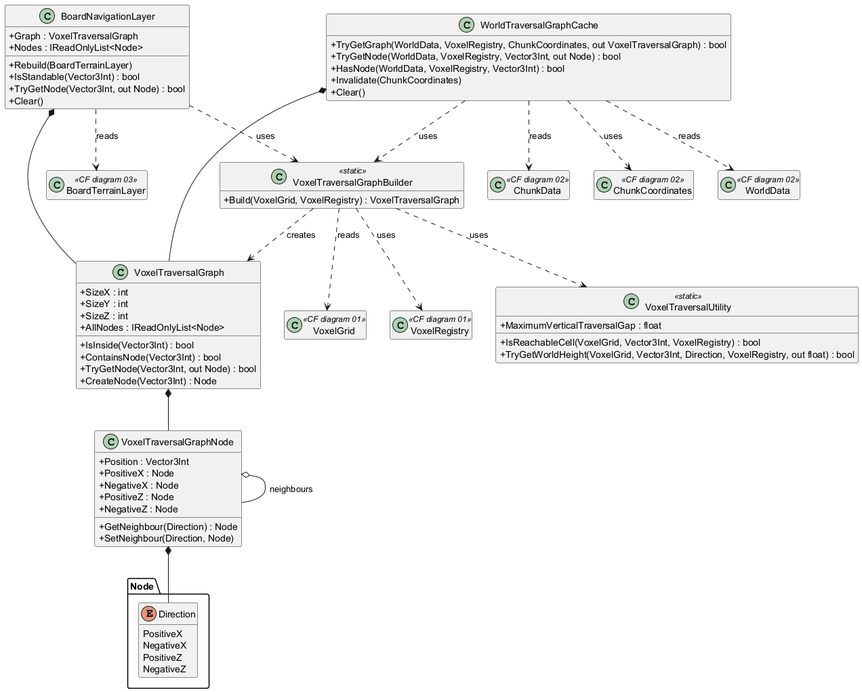
The PlantUML diagram Architecture/diagrams/Navigation System.png in EreliaStudio/Erelia, before a commit.
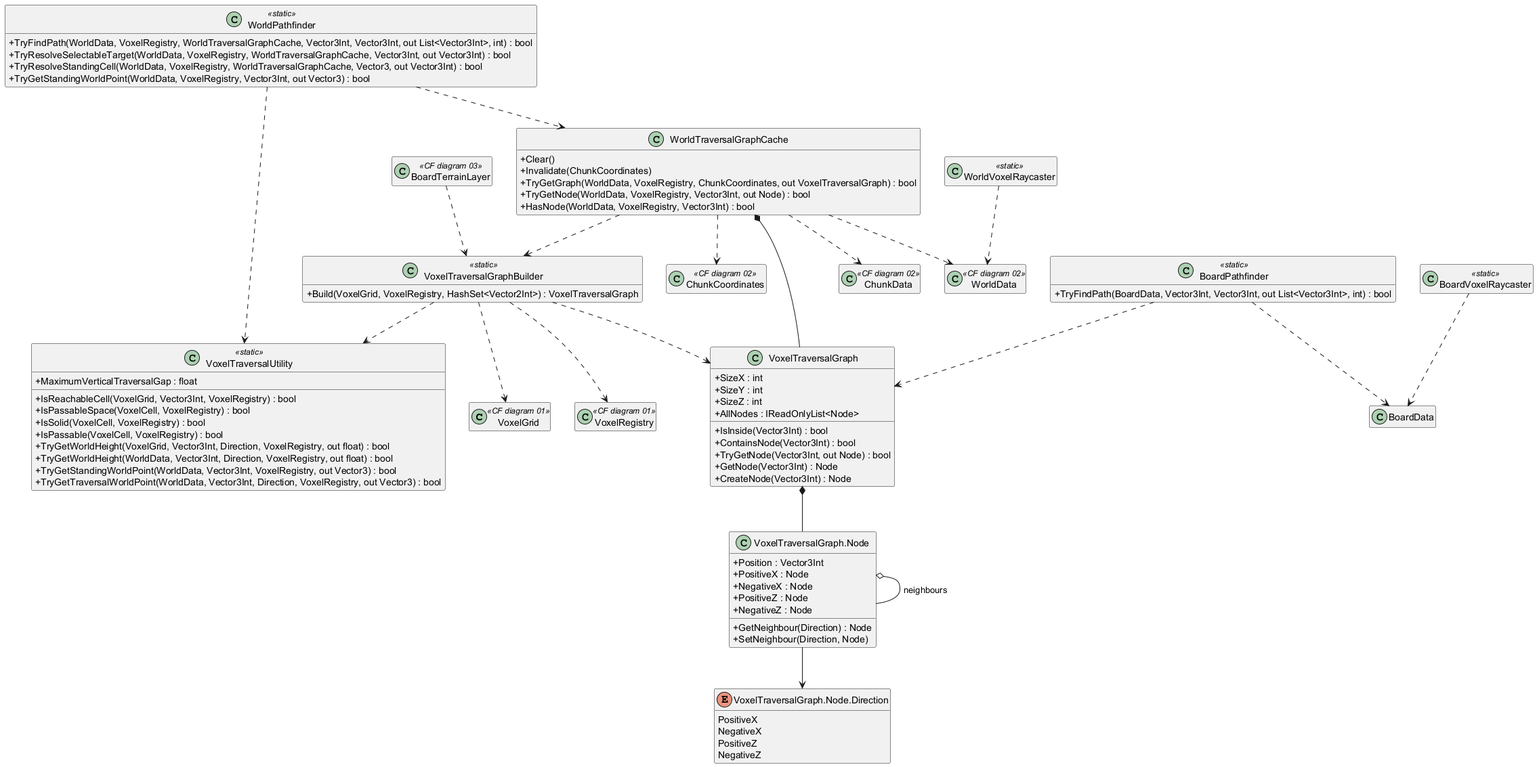
Later version of the same file.

Diff of the diagram source:
```diff
@@ -1,6 +1,7 @@
 @startuml Navigation System
 
 skinparam classAttributeIconSize 0
+skinparam shadowing false
 hide empty members
 
 class VoxelGrid <<CF diagram 01>> {}
@@ -10,14 +11,14 @@
 class WorldData <<CF diagram 02>> {}
 class BoardTerrainLayer <<CF diagram 03>> {}
 
-enum "Node.Direction" {
+enum "VoxelTraversalGraph.Node.Direction" as GraphDirection {
   PositiveX
   NegativeX
   PositiveZ
   NegativeZ
 }
 
-class VoxelTraversalGraphNode {
+class "VoxelTraversalGraph.Node" as VoxelTraversalGraphNode {
   +Position : Vector3Int
   +PositiveX : Node
   +NegativeX : Node
@@ -35,50 +36,66 @@
   +IsInside(Vector3Int) : bool
   +ContainsNode(Vector3Int) : bool
   +TryGetNode(Vector3Int, out Node) : bool
+  +GetNode(Vector3Int) : Node
   +CreateNode(Vector3Int) : Node
 }
 
 class VoxelTraversalGraphBuilder <<static>> {
-  +Build(VoxelGrid, VoxelRegistry) : VoxelTraversalGraph
+  +Build(VoxelGrid, VoxelRegistry, HashSet<Vector2Int>) : VoxelTraversalGraph
 }
 
 class VoxelTraversalUtility <<static>> {
   +MaximumVerticalTraversalGap : float
   +IsReachableCell(VoxelGrid, Vector3Int, VoxelRegistry) : bool
+  +IsPassableSpace(VoxelCell, VoxelRegistry) : bool
+  +IsSolid(VoxelCell, VoxelRegistry) : bool
+  +IsPassable(VoxelCell, VoxelRegistry) : bool
   +TryGetWorldHeight(VoxelGrid, Vector3Int, Direction, VoxelRegistry, out float) : bool
+  +TryGetWorldHeight(WorldData, Vector3Int, Direction, VoxelRegistry, out float) : bool
+  +TryGetStandingWorldPoint(WorldData, Vector3Int, VoxelRegistry, out Vector3) : bool
+  +TryGetTraversalWorldPoint(WorldData, Vector3Int, Direction, VoxelRegistry, out Vector3) : bool
 }
 
 class WorldTraversalGraphCache {
+  +Clear()
+  +Invalidate(ChunkCoordinates)
   +TryGetGraph(WorldData, VoxelRegistry, ChunkCoordinates, out VoxelTraversalGraph) : bool
   +TryGetNode(WorldData, VoxelRegistry, Vector3Int, out Node) : bool
   +HasNode(WorldData, VoxelRegistry, Vector3Int) : bool
-  +Invalidate(ChunkCoordinates)
-  +Clear()
 }
 
-class BoardNavigationLayer {
-  +Graph : VoxelTraversalGraph
-  +Nodes : IReadOnlyList<Node>
-  +Rebuild(BoardTerrainLayer)
-  +IsStandable(Vector3Int) : bool
-  +TryGetNode(Vector3Int, out Node) : bool
-  +Clear()
+class WorldPathfinder <<static>> {
+  +TryFindPath(WorldData, VoxelRegistry, WorldTraversalGraphCache, Vector3Int, Vector3Int, out List<Vector3Int>, int) : bool
+  +TryResolveSelectableTarget(WorldData, VoxelRegistry, WorldTraversalGraphCache, Vector3Int, out Vector3Int) : bool
+  +TryResolveStandingCell(WorldData, VoxelRegistry, WorldTraversalGraphCache, Vector3, out Vector3Int) : bool
+  +TryGetStandingWorldPoint(WorldData, VoxelRegistry, Vector3Int, out Vector3) : bool
 }
 
+class BoardPathfinder <<static>> {
+  +TryFindPath(BoardData, Vector3Int, Vector3Int, out List<Vector3Int>, int) : bool
+}
+
+class BoardVoxelRaycaster <<static>>
+class WorldVoxelRaycaster <<static>>
+
 VoxelTraversalGraph *-- VoxelTraversalGraphNode
-VoxelTraversalGraphNode *-- "Node.Direction"
+VoxelTraversalGraphNode --> GraphDirection
 VoxelTraversalGraphNode o-- VoxelTraversalGraphNode : neighbours
-VoxelTraversalGraphBuilder ..> VoxelTraversalGraph : creates
-VoxelTraversalGraphBuilder ..> VoxelGrid : reads
-VoxelTraversalGraphBuilder ..> VoxelRegistry : uses
-VoxelTraversalGraphBuilder ..> VoxelTraversalUtility : uses
+VoxelTraversalGraphBuilder ..> VoxelTraversalGraph
+VoxelTraversalGraphBuilder ..> VoxelGrid
+VoxelTraversalGraphBuilder ..> VoxelRegistry
+VoxelTraversalGraphBuilder ..> VoxelTraversalUtility
 WorldTraversalGraphCache *-- VoxelTraversalGraph
-WorldTraversalGraphCache ..> VoxelTraversalGraphBuilder : uses
-WorldTraversalGraphCache ..> WorldData : reads
-WorldTraversalGraphCache ..> ChunkCoordinates : uses
-WorldTraversalGraphCache ..> ChunkData : reads
-BoardNavigationLayer *-- VoxelTraversalGraph
-BoardNavigationLayer ..> VoxelTraversalGraphBuilder : uses
-BoardNavigationLayer ..> BoardTerrainLayer : reads
+WorldTraversalGraphCache ..> WorldData
+WorldTraversalGraphCache ..> ChunkCoordinates
+WorldTraversalGraphCache ..> ChunkData
+WorldTraversalGraphCache ..> VoxelTraversalGraphBuilder
+WorldPathfinder ..> WorldTraversalGraphCache
+WorldPathfinder ..> VoxelTraversalUtility
+BoardPathfinder ..> BoardData
+BoardPathfinder ..> VoxelTraversalGraph
+BoardTerrainLayer ..> VoxelTraversalGraphBuilder
+BoardVoxelRaycaster ..> BoardData
+WorldVoxelRaycaster ..> WorldData
 
 @enduml
```
